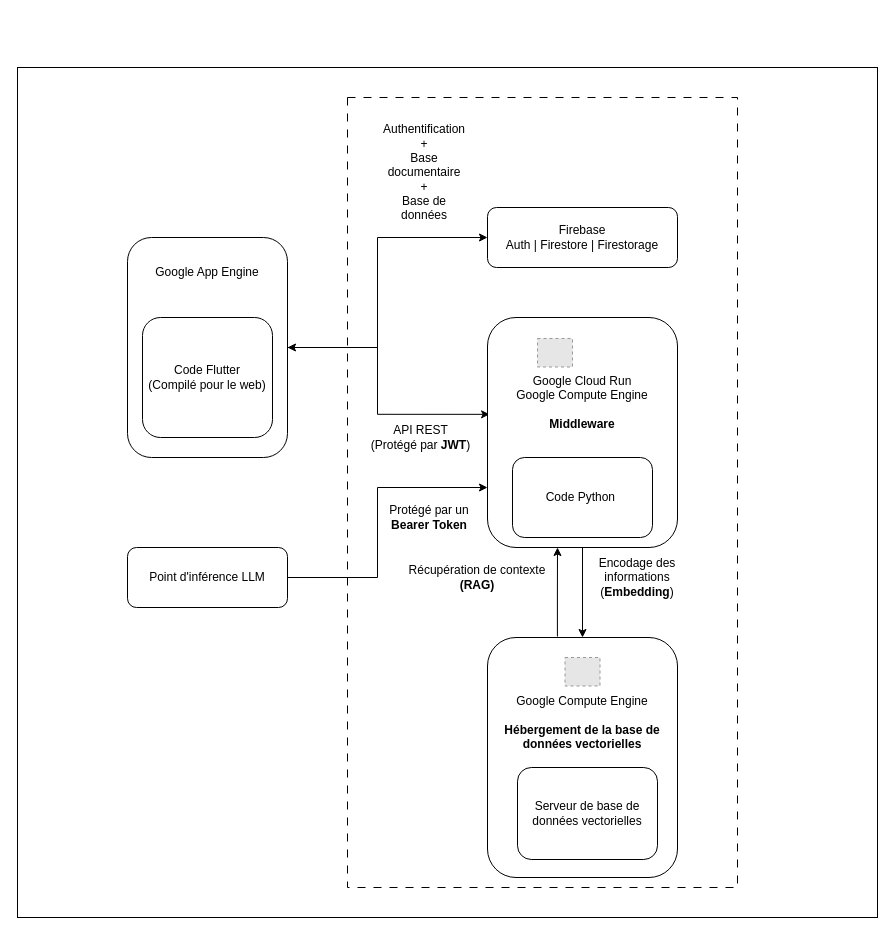
Earlier version of the draw.io diagram schema_galileo.drawio (GilYounicorns/Graph). Source tidied: cells renumbered, new cells numbered last; positions are measured from the earlier drawing's top-left corner, leaving out a move shared by most shapes. Both pictures are drawn from the tidied source at 100%, with x=0, y=0 at pixel (17, 67). Pictures stored in the file or linked from it are replaced by grey dashed boxes.
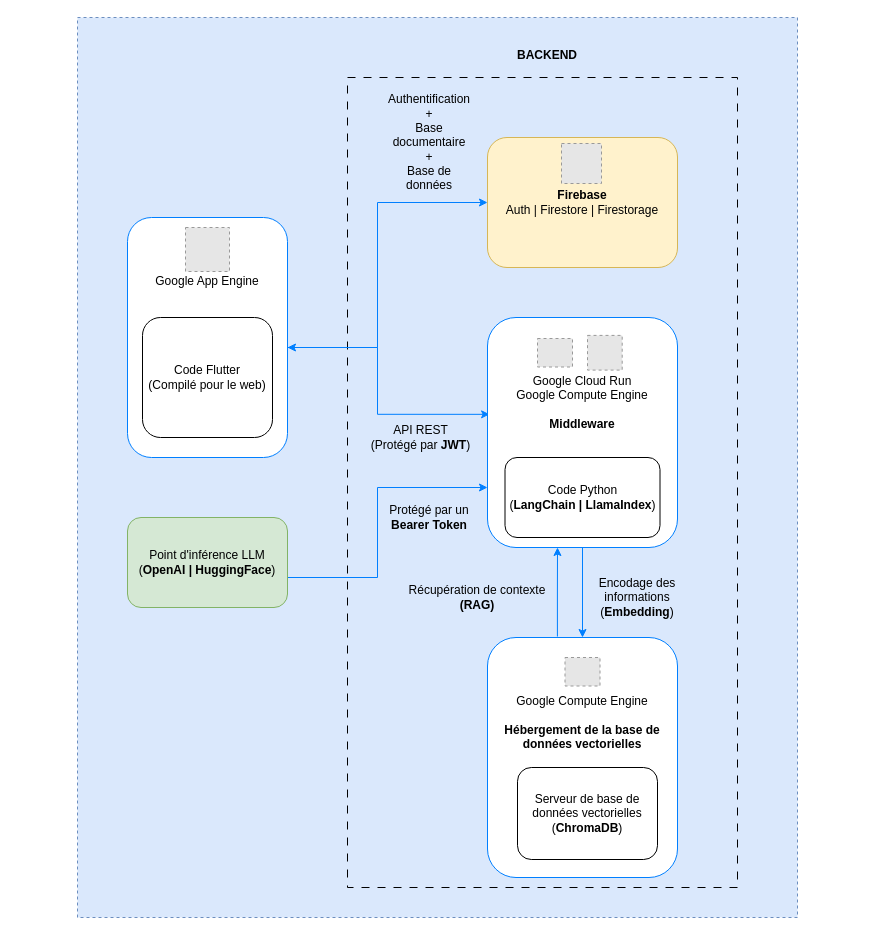
Above is the later version.

Commit message (it also covers changes not shown here):
Mettre à jour schema_galileo.drawio

The change refers to these unchanged cells:
```xml
<mxCell id="16" style="group;" parent="1" vertex="1">
  <mxGeometry x="470" y="570" width="190" height="240" as="geometry" />
</mxCell>
```

Change to the diagram source:
```diff
@@
-    <mxCell id="2" style="rounded=0;whiteSpace=wrap;html=1;" parent="1" vertex="1">
-      <mxGeometry width="860" height="850" as="geometry" />
+    <mxCell id="2" style="rounded=0;whiteSpace=wrap;html=1;dashed=1;fillColor=#dae8fc;strokeColor=#6c8ebf;" parent="1" vertex="1">
+      <mxGeometry x="60" y="-50" width="720" height="900" as="geometry" />
     </mxCell>
     <mxCell id="3" style="rounded=0;whiteSpace=wrap;html=1;fillColor=none;dashed=1;dashPattern=8 8;" parent="1" vertex="1">
-      <mxGeometry x="330" y="30" width="390" height="790" as="geometry" />
+      <mxGeometry x="330" y="10" width="390" height="810" as="geometry" />
     </mxCell>
-    <mxCell id="4" style="edgeStyle=orthogonalEdgeStyle;rounded=0;jettySize=auto;html=1;entryX=0;entryY=0.5;entryDx=0;entryDy=0;startArrow=classic;startFill=1;" parent="1" edge="1" source="6" target="8">
+    <mxCell id="4" style="edgeStyle=orthogonalEdgeStyle;rounded=0;jettySize=auto;html=1;entryX=0;entryY=0.5;entryDx=0;entryDy=0;startArrow=classic;startFill=1;strokeColor=#007FFF;flowAnimation=1;" parent="1" edge="1" source="6" target="8">
       <mxGeometry relative="1" as="geometry">
         <Array as="points">
           <mxPoint x="360" y="280" />
-          <mxPoint x="360" y="170" />
+          <mxPoint x="360" y="135" />
         </Array>
       </mxGeometry>
     </mxCell>
-    <mxCell id="5" style="edgeStyle=orthogonalEdgeStyle;rounded=0;jettySize=auto;html=1;entryX=0.011;entryY=0.421;entryDx=0;entryDy=0;entryPerimeter=0;" parent="1" edge="1" source="6" target="10">
+    <mxCell id="5" style="edgeStyle=orthogonalEdgeStyle;rounded=0;jettySize=auto;html=1;entryX=0.011;entryY=0.421;entryDx=0;entryDy=0;entryPerimeter=0;strokeColor=#007FFF;flowAnimation=1;" parent="1" edge="1" source="6" target="10">
       <mxGeometry relative="1" as="geometry">
         <Array as="points">
           <mxPoint x="360" y="280" />
           <mxPoint x="360" y="347" />
         </Array>
       </mxGeometry>
     </mxCell>
-    <mxCell id="6" value="Google App Engine" style="rounded=1;whiteSpace=wrap;html=1;verticalAlign=top;spacingTop=21;" parent="1" vertex="1">
-      <mxGeometry x="110" y="170" width="160" height="220" as="geometry" />
+    <mxCell id="6" value="Google App Engine" style="rounded=1;whiteSpace=wrap;html=1;verticalAlign=top;spacingTop=50;strokeColor=#007FFF;" parent="1" vertex="1">
+      <mxGeometry x="110" y="150" width="160" height="240" as="geometry" />
     </mxCell>
@@
-    <mxCell id="8" value="Firebase&lt;br&gt;Auth | Firestore | Firestorage" style="rounded=1;whiteSpace=wrap;html=1;" parent="1" vertex="1">
-      <mxGeometry x="470" y="140" width="190" height="60" as="geometry" />
+    <mxCell id="8" value="&lt;b&gt;Firebase&lt;br&gt;&lt;/b&gt;Auth | Firestore | Firestorage" style="rounded=1;whiteSpace=wrap;html=1;fillColor=#fff2cc;strokeColor=#d6b656;" parent="1" vertex="1">
+      <mxGeometry x="470" y="70" width="190" height="130" as="geometry" />
     </mxCell>
-    <mxCell id="9" style="edgeStyle=orthogonalEdgeStyle;rounded=0;jettySize=auto;html=1;exitX=0.5;exitY=1;exitDx=0;exitDy=0;entryX=0.5;entryY=0;entryDx=0;entryDy=0;" parent="1" edge="1" source="10" target="17">
+    <mxCell id="9" style="edgeStyle=orthogonalEdgeStyle;rounded=0;jettySize=auto;html=1;exitX=0.5;exitY=1;exitDx=0;exitDy=0;entryX=0.5;entryY=0;entryDx=0;entryDy=0;strokeColor=#007FFF;flowAnimation=1;" parent="1" edge="1" source="10" target="17">
       <mxGeometry relative="1" as="geometry" />
     </mxCell>
-    <mxCell id="10" value="Google Cloud Run&lt;br&gt;Google Compute Engine&lt;br&gt;&lt;br&gt;&lt;b&gt;Middleware&lt;/b&gt;" style="rounded=1;whiteSpace=wrap;html=1;verticalAlign=top;spacingTop=50;" parent="1" vertex="1">
+    <mxCell id="10" value="Google Cloud Run&lt;br&gt;Google Compute Engine&lt;br&gt;&lt;br&gt;&lt;b&gt;Middleware&lt;/b&gt;" style="rounded=1;whiteSpace=wrap;html=1;verticalAlign=top;spacingTop=50;strokeColor=#007FFF;" parent="1" vertex="1">
       <mxGeometry x="470" y="250" width="190" height="230" as="geometry" />
     </mxCell>
-    <mxCell id="11" value="Code Python&amp;nbsp;" style="rounded=1;whiteSpace=wrap;html=1;align=center;" parent="1" vertex="1">
-      <mxGeometry x="495" y="390" width="140" height="80" as="geometry" />
+    <mxCell id="11" value="Code Python&lt;br&gt;(&lt;b&gt;LangChain | LlamaIndex&lt;/b&gt;)" style="rounded=1;whiteSpace=wrap;html=1;align=center;" parent="1" vertex="1">
+      <mxGeometry x="487.5" y="390" width="155" height="80" as="geometry" />
     </mxCell>
-    <mxCell id="12" style="edgeStyle=orthogonalEdgeStyle;rounded=0;jettySize=auto;html=1;" parent="1" edge="1" source="13">
+    <mxCell id="12" style="edgeStyle=orthogonalEdgeStyle;rounded=0;jettySize=auto;html=1;strokeColor=#007FFF;flowAnimation=1;" parent="1" edge="1" source="13">
       <mxGeometry relative="1" as="geometry">
         <mxPoint x="470" y="420" as="targetPoint" />
         <Array as="points">
           <mxPoint x="360" y="510" />
           <mxPoint x="360" y="420" />
         </Array>
       </mxGeometry>
     </mxCell>
-    <mxCell id="13" value="Point d'inférence LLM" style="rounded=1;whiteSpace=wrap;html=1;" parent="1" vertex="1">
-      <mxGeometry x="110" y="480" width="160" height="60" as="geometry" />
+    <mxCell id="13" value="Point d'inférence LLM&lt;br&gt;(&lt;b&gt;OpenAI | HuggingFace&lt;/b&gt;)" style="rounded=1;whiteSpace=wrap;html=1;fillColor=#d5e8d4;strokeColor=#82b366;" parent="1" vertex="1">
+      <mxGeometry x="110" y="450" width="160" height="90" as="geometry" />
     </mxCell>
     <mxCell id="14" value="Authentification&lt;br&gt;+&lt;br&gt;Base documentaire&lt;br&gt;+&lt;br&gt;Base de données" style="text;html=1;strokeColor=none;fillColor=none;align=center;verticalAlign=middle;whiteSpace=wrap;rounded=0;" parent="1" vertex="1">
-      <mxGeometry x="367" y="60" width="80" height="90" as="geometry" />
+      <mxGeometry x="372" y="30" width="80" height="90" as="geometry" />
     </mxCell>
@@
-    <mxCell id="17" value="Google Compute Engine&lt;br&gt;&lt;br&gt;&lt;b&gt;Hébergement de la base de données vectorielles&lt;/b&gt;" style="rounded=1;whiteSpace=wrap;html=1;verticalAlign=top;spacingTop=50;" parent="16" vertex="1">
+    <mxCell id="17" value="Google Compute Engine&lt;br&gt;&lt;br&gt;&lt;b&gt;Hébergement de la base de données vectorielles&lt;/b&gt;" style="rounded=1;whiteSpace=wrap;html=1;verticalAlign=top;spacingTop=50;strokeColor=#007FFF;" parent="16" vertex="1">
       <mxGeometry width="190" height="240" as="geometry" />
     </mxCell>
-    <mxCell id="18" value="Serveur de base de données vectorielles" style="rounded=1;whiteSpace=wrap;html=1;align=center;" parent="16" vertex="1">
+    <mxCell id="18" value="Serveur de base de données vectorielles&lt;br&gt;(&lt;b&gt;ChromaDB&lt;/b&gt;)" style="rounded=1;whiteSpace=wrap;html=1;align=center;" parent="16" vertex="1">
       <mxGeometry x="30" y="130" width="140" height="92" as="geometry" />
     </mxCell>
@@
     <mxCell id="20" value="Encodage des informations&lt;br&gt;(&lt;b&gt;Embedding&lt;/b&gt;)" style="text;html=1;strokeColor=none;fillColor=none;align=center;verticalAlign=middle;whiteSpace=wrap;rounded=0;" parent="1" vertex="1">
-      <mxGeometry x="570" y="490" width="100" height="40" as="geometry" />
+      <mxGeometry x="570" y="510" width="100" height="40" as="geometry" />
     </mxCell>
-    <mxCell id="21" style="edgeStyle=orthogonalEdgeStyle;rounded=0;jettySize=auto;html=1;exitX=0.368;exitY=-0.004;exitDx=0;exitDy=0;exitPerimeter=0;" parent="1" edge="1" source="17">
+    <mxCell id="21" style="edgeStyle=orthogonalEdgeStyle;rounded=0;jettySize=auto;html=1;exitX=0.368;exitY=-0.004;exitDx=0;exitDy=0;exitPerimeter=0;strokeColor=#007FFF;flowAnimation=1;" parent="1" edge="1" source="17">
       <mxGeometry relative="1" as="geometry">
         <mxPoint x="540" y="480" as="targetPoint" />
       </mxGeometry>
     </mxCell>
     <mxCell id="22" value="Récupération de contexte&lt;br&gt;&lt;b&gt;(RAG)&lt;/b&gt;" style="text;html=1;strokeColor=none;fillColor=none;align=center;verticalAlign=middle;whiteSpace=wrap;rounded=0;" parent="1" vertex="1">
-      <mxGeometry x="390" y="490" width="140" height="40" as="geometry" />
+      <mxGeometry x="390" y="510" width="140" height="40" as="geometry" />
     </mxCell>
@@
+    <mxCell id="25" style="fillColor=#E6E6E6;strokeColor=#999999;dashed=1;verticalLabelPosition=bottom;labelBackgroundColor=default;verticalAlign=top;" parent="1" vertex="1">
+      <mxGeometry x="570" y="267.9" width="34.7" height="34.7" as="geometry" />
+    </mxCell>
+    <mxCell id="26" style="fillColor=#E6E6E6;strokeColor=#999999;dashed=1;verticalLabelPosition=bottom;labelBackgroundColor=default;verticalAlign=top;" parent="1" vertex="1">
+      <mxGeometry x="544" y="76" width="40" height="40" as="geometry" />
+    </mxCell>
+    <mxCell id="27" style="fillColor=#E6E6E6;strokeColor=#999999;dashed=1;verticalLabelPosition=bottom;labelBackgroundColor=default;verticalAlign=top;" parent="1" vertex="1">
+      <mxGeometry x="168" y="160" width="44" height="44" as="geometry" />
+    </mxCell>
+    <mxCell id="28" value="&lt;br&gt;&lt;b&gt;BACKEND&lt;/b&gt;" style="text;html=1;strokeColor=none;fillColor=none;align=center;verticalAlign=middle;whiteSpace=wrap;rounded=0;" parent="1" vertex="1">
+      <mxGeometry x="400" y="-40" width="260" height="40" as="geometry" />
+    </mxCell>
```
